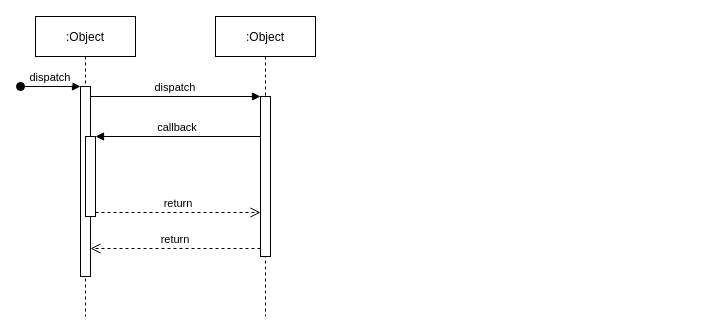
Earlier version of the draw.io diagram BCTシークエンス図.drawio (SerialExperimentsNicolain/ArsenalGear). Source tidied: cells renumbered, new cells numbered last; positions are measured from the earlier drawing's top-left corner, leaving out a move shared by most shapes. Both pictures are drawn from the tidied source at 100%, with x=0, y=0 at pixel (20, 16).
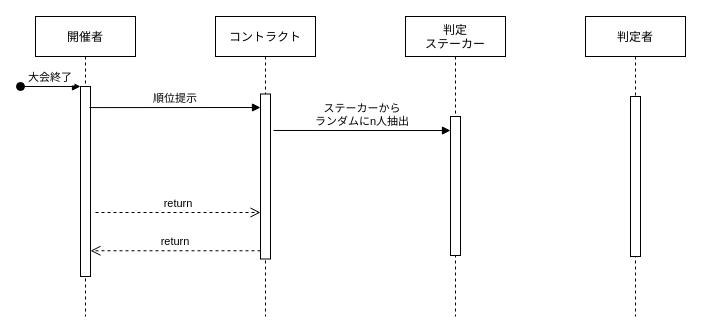
The same page after the edit.

Commit message:
BCTシークエンス図.drawio を更新します

Change to the diagram source:
```diff
@@
 <mxGraphModel>
   <root>
     <mxCell id="0" />
     <mxCell id="1" parent="0" />
-    <mxCell id="2" value=":Object" style="shape=umlLifeline;perimeter=lifelinePerimeter;rounded=0;shadow=0;strokeWidth=1;" parent="1" vertex="1">
+    <mxCell id="2" value="開催者" style="shape=umlLifeline;perimeter=lifelinePerimeter;rounded=0;shadow=0;strokeWidth=1;" parent="1" vertex="1">
       <mxGeometry x="15" width="100" height="300" as="geometry" />
     </mxCell>
     <mxCell id="3" style="points=[];perimeter=orthogonalPerimeter;rounded=0;shadow=0;strokeWidth=1;" parent="2" vertex="1">
       <mxGeometry x="45" y="70" width="10" height="190" as="geometry" />
     </mxCell>
-    <mxCell id="4" value="dispatch" style="verticalAlign=bottom;startArrow=oval;endArrow=block;startSize=8;shadow=0;strokeWidth=1;" parent="2" edge="1" target="3">
+    <mxCell id="4" value="大会終了" style="verticalAlign=bottom;startArrow=oval;endArrow=block;startSize=8;shadow=0;strokeWidth=1;" parent="2" edge="1" target="3">
       <mxGeometry relative="1" as="geometry">
         <mxPoint x="-15" y="70" as="sourcePoint" />
       </mxGeometry>
     </mxCell>
-    <mxCell id="5" style="points=[];perimeter=orthogonalPerimeter;rounded=0;shadow=0;strokeWidth=1;" parent="2" vertex="1">
-      <mxGeometry x="50" y="120" width="10" height="80" as="geometry" />
-    </mxCell>
-    <mxCell id="6" value=":Object" style="shape=umlLifeline;perimeter=lifelinePerimeter;rounded=0;shadow=0;strokeWidth=1;" parent="1" vertex="1">
+    <mxCell id="6" value="コントラクト" style="shape=umlLifeline;perimeter=lifelinePerimeter;rounded=0;shadow=0;strokeWidth=1;" parent="1" vertex="1">
       <mxGeometry x="195" width="100" height="300" as="geometry" />
     </mxCell>
     <mxCell id="7" style="points=[];perimeter=orthogonalPerimeter;rounded=0;shadow=0;strokeWidth=1;" parent="6" vertex="1">
-      <mxGeometry x="45" y="80" width="10" height="160" as="geometry" />
+      <mxGeometry x="45" y="77.5" width="10" height="165" as="geometry" />
     </mxCell>
     <mxCell id="8" value="return" style="verticalAlign=bottom;endArrow=open;dashed=1;endSize=8;exitX=0;exitY=0.95;shadow=0;strokeWidth=1;" parent="1" edge="1" source="7" target="3">
       <mxGeometry relative="1" as="geometry" />
     </mxCell>
-    <mxCell id="9" value="dispatch" style="verticalAlign=bottom;endArrow=block;entryX=0;entryY=0;shadow=0;strokeWidth=1;" parent="1" edge="1" source="3" target="7">
+    <mxCell id="9" value="順位提示" style="verticalAlign=bottom;endArrow=block;shadow=0;strokeWidth=1;exitX=0.9;exitY=0.111;exitDx=0;exitDy=0;exitPerimeter=0;entryX=0;entryY=0.082;entryDx=0;entryDy=0;entryPerimeter=0;" parent="1" edge="1" source="3" target="7">
       <mxGeometry relative="1" as="geometry" />
     </mxCell>
-    <mxCell id="10" value="callback" style="verticalAlign=bottom;endArrow=block;entryX=1;entryY=0;shadow=0;strokeWidth=1;" parent="1" edge="1" source="7" target="5">
-      <mxGeometry relative="1" as="geometry" />
-    </mxCell>
-    <mxCell id="11" value="return" style="verticalAlign=bottom;endArrow=open;dashed=1;endSize=8;exitX=1;exitY=0.95;shadow=0;strokeWidth=1;" parent="1" edge="1" source="5" target="7">
-      <mxGeometry relative="1" as="geometry" />
+    <mxCell id="11" value="return" style="verticalAlign=bottom;endArrow=open;dashed=1;endSize=8;exitX=1;exitY=0.95;shadow=0;strokeWidth=1;" parent="1" edge="1" target="7">
+      <mxGeometry relative="1" as="geometry">
+        <mxPoint x="75" y="196" as="sourcePoint" />
+      </mxGeometry>
     </mxCell>
+    <mxCell id="12" value="判定&#10;ステーカー" style="shape=umlLifeline;perimeter=lifelinePerimeter;rounded=0;shadow=0;strokeWidth=1;" parent="1" vertex="1">
+      <mxGeometry x="385" width="100" height="300" as="geometry" />
+    </mxCell>
+    <mxCell id="13" style="points=[];perimeter=orthogonalPerimeter;rounded=0;shadow=0;strokeWidth=1;" parent="12" vertex="1">
+      <mxGeometry x="45" y="100" width="10" height="139" as="geometry" />
+    </mxCell>
+    <mxCell id="14" value="判定者" style="shape=umlLifeline;perimeter=lifelinePerimeter;rounded=0;shadow=0;strokeWidth=1;" parent="1" vertex="1">
+      <mxGeometry x="565" width="100" height="300" as="geometry" />
+    </mxCell>
+    <mxCell id="15" style="perimeter=orthogonalPerimeter;rounded=0;shadow=0;strokeWidth=1;" parent="14" vertex="1">
+      <mxGeometry x="45" y="80" width="10" height="160" as="geometry" />
+    </mxCell>
+    <mxCell id="16" value="ステーカーから&#10;ランダムにn人抽出" style="verticalAlign=bottom;endArrow=block;shadow=0;strokeWidth=1;exitX=1.3;exitY=0.221;exitDx=0;exitDy=0;exitPerimeter=0;entryX=0;entryY=0.101;entryDx=0;entryDy=0;entryPerimeter=0;" parent="1" edge="1" source="7" target="13">
+      <mxGeometry relative="1" as="geometry" />
+    </mxCell>
   </root>
 </mxGraphModel>
```
